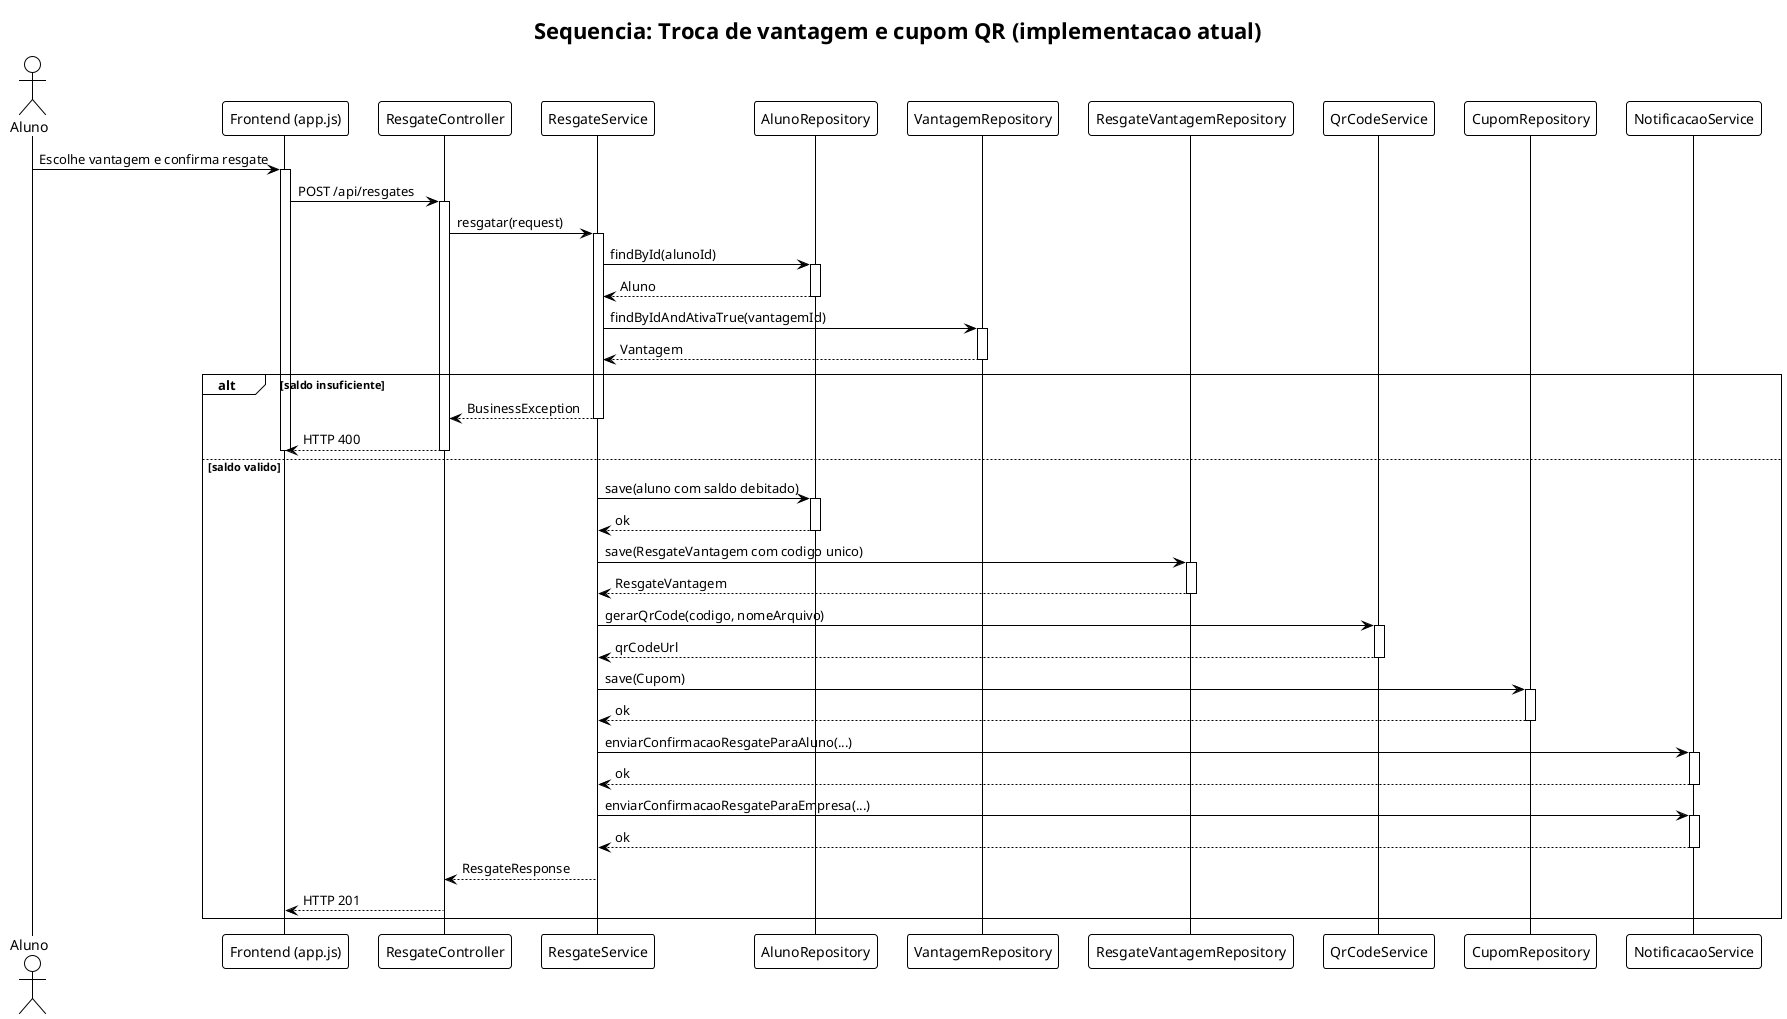
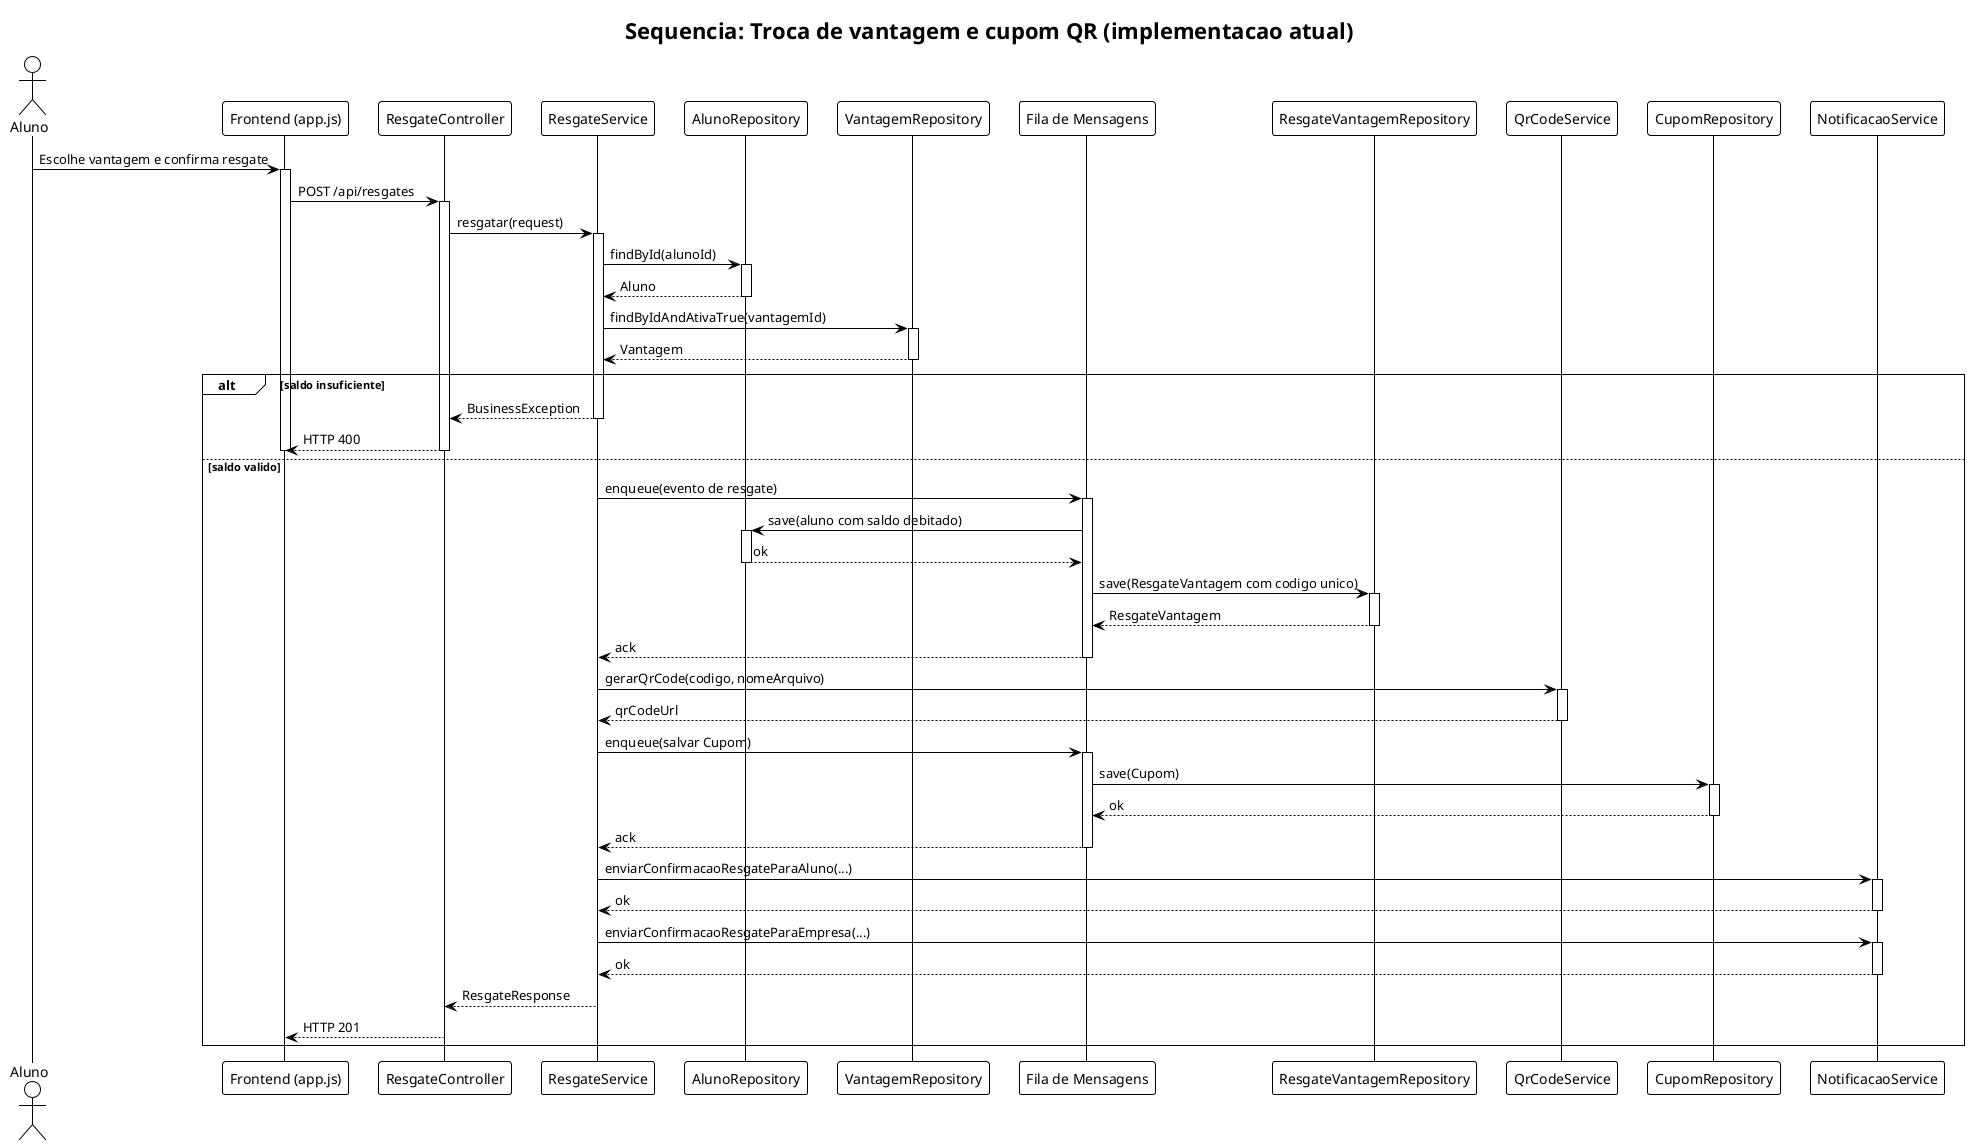
@startuml sequencia-resgate-vantagens
!theme plain
title Sequencia: Troca de vantagem e cupom QR (implementacao atual)

actor Aluno
participant "Frontend (app.js)" as UI
participant "ResgateController" as RC
participant "ResgateService" as RS
participant "AlunoRepository" as AR
participant "VantagemRepository" as VR
+ participant "Fila de Mensagens" as MQ
participant "ResgateVantagemRepository" as RR
participant "QrCodeService" as QR
participant "CupomRepository" as CR
participant "NotificacaoService" as NS

Aluno -> UI: Escolhe vantagem e confirma resgate
activate UI

UI -> RC: POST /api/resgates
activate RC

RC -> RS: resgatar(request)
activate RS

RS -> AR: findById(alunoId)
activate AR
AR --> RS: Aluno
deactivate AR

RS -> VR: findByIdAndAtivaTrue(vantagemId)
activate VR
VR --> RS: Vantagem
deactivate VR

alt saldo insuficiente
  RS --> RC: BusinessException
  deactivate RS
  RC --> UI: HTTP 400
  deactivate RC
  deactivate UI
else saldo valido
-   RS -> AR: save(aluno com saldo debitado)
+   RS -> MQ: enqueue(evento de resgate)
+   activate MQ
+   MQ -> AR: save(aluno com saldo debitado)
  activate AR
-   AR --> RS: ok
+   AR --> MQ: ok
  deactivate AR
-   RS -> RR: save(ResgateVantagem com codigo unico)
+   MQ -> RR: save(ResgateVantagem com codigo unico)
  activate RR
-   RR --> RS: ResgateVantagem
+   RR --> MQ: ResgateVantagem
  deactivate RR
+   MQ --> RS: ack
+   deactivate MQ
  RS -> QR: gerarQrCode(codigo, nomeArquivo)
  activate QR
  QR --> RS: qrCodeUrl
  deactivate QR
-   RS -> CR: save(Cupom)
+   RS -> MQ: enqueue(salvar Cupom)
+   activate MQ
+   MQ -> CR: save(Cupom)
  activate CR
-   CR --> RS: ok
+   CR --> MQ: ok
  deactivate CR
+   MQ --> RS: ack
+   deactivate MQ
  RS -> NS: enviarConfirmacaoResgateParaAluno(...)
  activate NS
  NS --> RS: ok
  deactivate NS
  RS -> NS: enviarConfirmacaoResgateParaEmpresa(...)
  activate NS
  NS --> RS: ok
  deactivate NS
  RS --> RC: ResgateResponse
  deactivate RS
  RC --> UI: HTTP 201
  deactivate RC
  deactivate UI
end

@enduml
